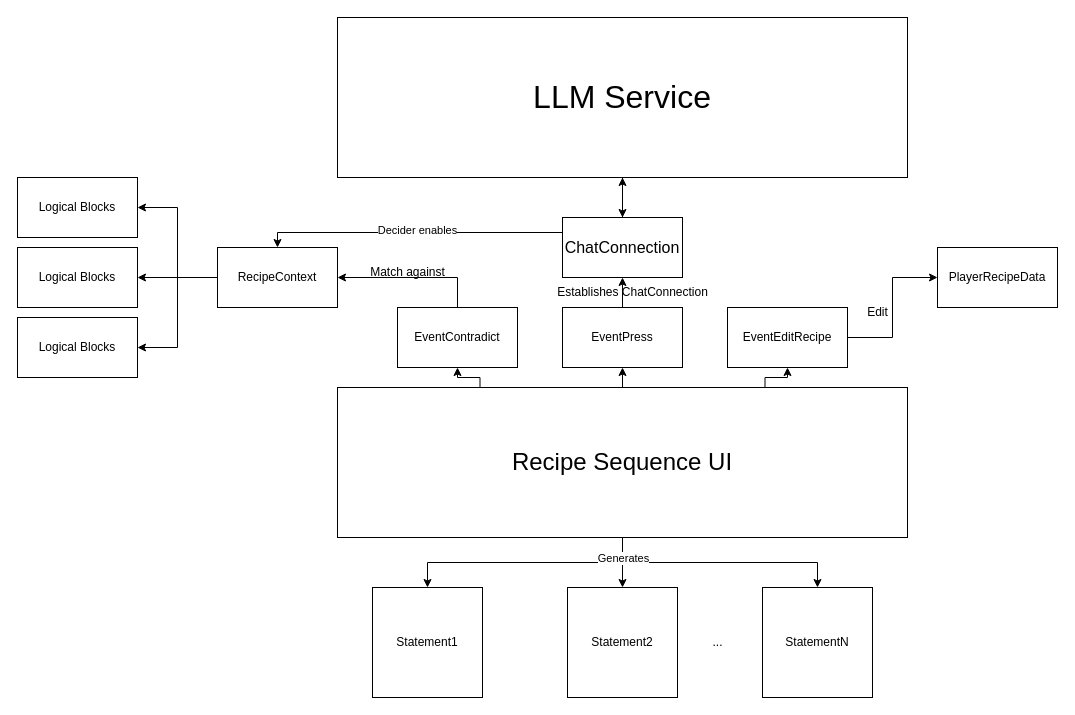
Before: concept/game_structure.drawio in Javahase/the-orange-kitten, a draw.io diagram. Source tidied: cells renumbered, new cells numbered last; positions are measured from the earlier drawing's top-left corner, leaving out a move shared by most shapes. Both pictures are drawn from the tidied source at 100%, with x=0, y=0 at pixel (17, 17).
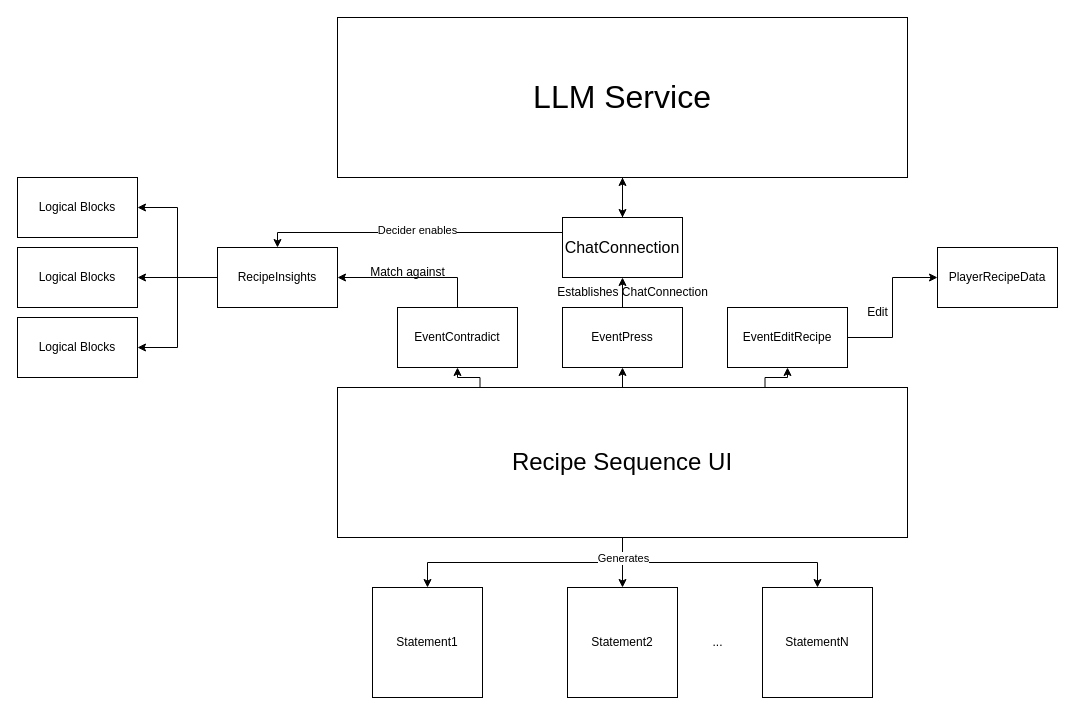
The same diagram, later.

What changed in the source:
```diff
@@
-    <mxCell id="31" value="RecipeContext" style="rounded=0;whiteSpace=wrap;html=1;" parent="1" vertex="1">
+    <mxCell id="31" value="RecipeInsights" style="rounded=0;whiteSpace=wrap;html=1;" parent="1" vertex="1">
       <mxGeometry x="200" y="230" width="120" height="60" as="geometry" />
     </mxCell>
```
